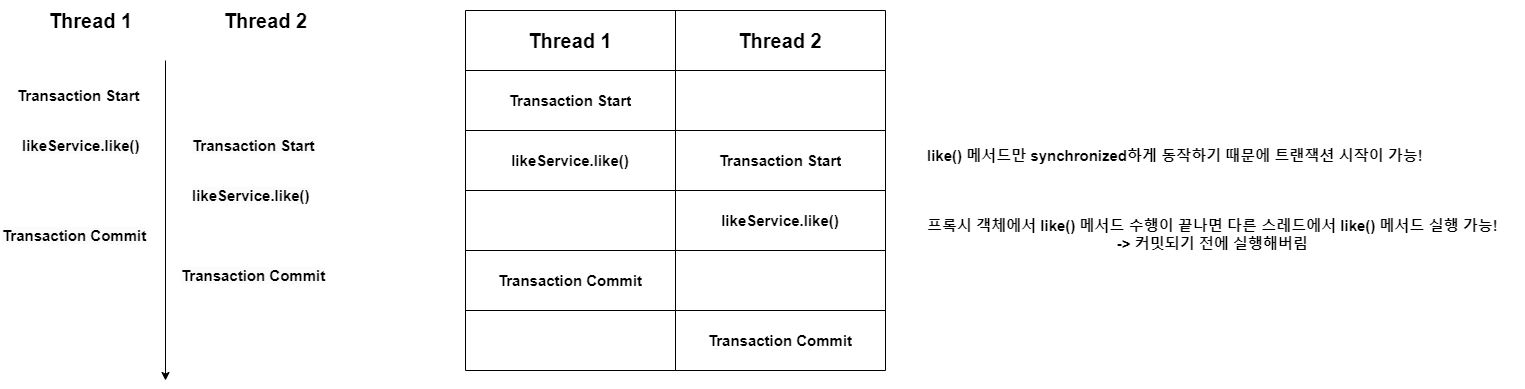
peeerr/document keeps this draw.io diagram as @Transactional.png. Above is the earlier version. Source tidied: cells renumbered, new cells last; positions are measured from the earlier drawing's top-left corner, leaving out a move shared by most shapes.
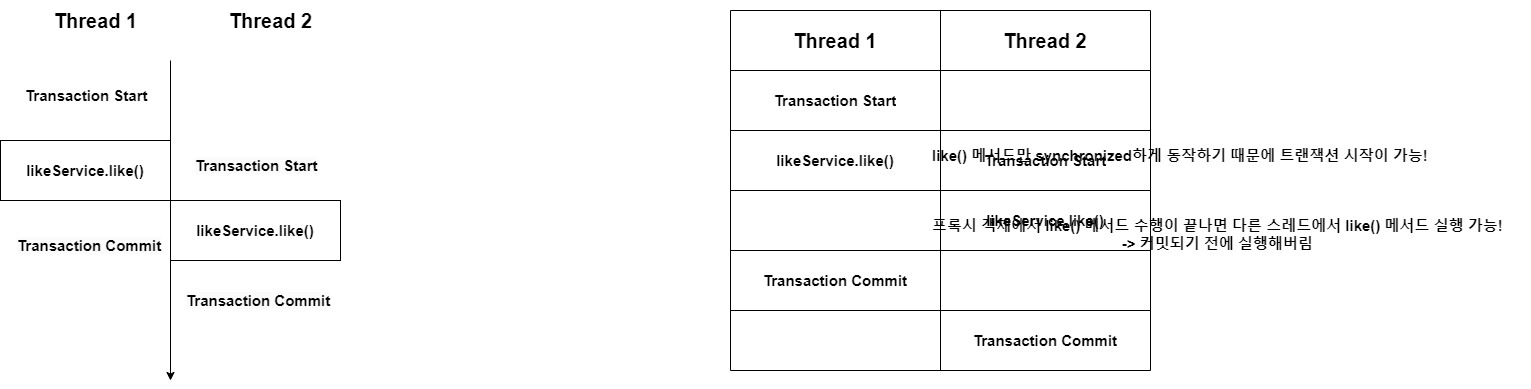
After the commit.

What changed in the source:
```diff
@@ -15,25 +15,19 @@
       </mxGeometry>
     </mxCell>
     <mxCell id="5" value="&lt;span style=&quot;font-size: 15px; font-weight: 700; text-align: center;&quot;&gt;Transaction Start&lt;/span&gt;" style="text;whiteSpace=wrap;html=1;" parent="1" vertex="1">
-      <mxGeometry x="15" y="80" width="125" height="40" as="geometry" />
+      <mxGeometry x="17.5" y="80" width="125" height="40" as="geometry" />
     </mxCell>
-    <mxCell id="6" value="&lt;span style=&quot;color: rgb(0, 0, 0); font-family: Helvetica; font-size: 15px; font-style: normal; font-variant-ligatures: normal; font-variant-caps: normal; font-weight: 700; letter-spacing: normal; orphans: 2; text-align: center; text-indent: 0px; text-transform: none; widows: 2; word-spacing: 0px; -webkit-text-stroke-width: 0px; white-space: normal; background-color: rgb(251, 251, 251); text-decoration-thickness: initial; text-decoration-style: initial; text-decoration-color: initial; display: inline !important; float: none;&quot;&gt;likeService.like()&lt;/span&gt;" style="text;whiteSpace=wrap;html=1;" parent="1" vertex="1">
-      <mxGeometry x="20" y="130" width="115" height="40" as="geometry" />
-    </mxCell>
     <mxCell id="7" value="&lt;span style=&quot;color: rgb(0, 0, 0); font-family: Helvetica; font-size: 15px; font-style: normal; font-variant-ligatures: normal; font-variant-caps: normal; font-weight: 700; letter-spacing: normal; orphans: 2; text-align: center; text-indent: 0px; text-transform: none; widows: 2; word-spacing: 0px; -webkit-text-stroke-width: 0px; white-space: normal; background-color: rgb(251, 251, 251); text-decoration-thickness: initial; text-decoration-style: initial; text-decoration-color: initial; display: inline !important; float: none;&quot;&gt;Transaction Commit&lt;/span&gt;" style="text;whiteSpace=wrap;html=1;" parent="1" vertex="1">
-      <mxGeometry y="220" width="155" height="40" as="geometry" />
+      <mxGeometry x="10" y="230" width="155" height="40" as="geometry" />
     </mxCell>
     <mxCell id="8" value="&lt;span style=&quot;color: rgb(0, 0, 0); font-family: Helvetica; font-size: 15px; font-style: normal; font-variant-ligatures: normal; font-variant-caps: normal; font-weight: 700; letter-spacing: normal; orphans: 2; text-align: center; text-indent: 0px; text-transform: none; widows: 2; word-spacing: 0px; -webkit-text-stroke-width: 0px; white-space: normal; background-color: rgb(251, 251, 251); text-decoration-thickness: initial; text-decoration-style: initial; text-decoration-color: initial; display: inline !important; float: none;&quot;&gt;Transaction Start&lt;/span&gt;" style="text;whiteSpace=wrap;html=1;" parent="1" vertex="1">
-      <mxGeometry x="190" y="130" width="125" height="40" as="geometry" />
+      <mxGeometry x="187.5" y="150" width="125" height="40" as="geometry" />
     </mxCell>
-    <mxCell id="9" value="&lt;span style=&quot;color: rgb(0, 0, 0); font-family: Helvetica; font-size: 15px; font-style: normal; font-variant-ligatures: normal; font-variant-caps: normal; font-weight: 700; letter-spacing: normal; orphans: 2; text-align: center; text-indent: 0px; text-transform: none; widows: 2; word-spacing: 0px; -webkit-text-stroke-width: 0px; white-space: normal; background-color: rgb(251, 251, 251); text-decoration-thickness: initial; text-decoration-style: initial; text-decoration-color: initial; display: inline !important; float: none;&quot;&gt;likeService.like()&lt;/span&gt;" style="text;whiteSpace=wrap;html=1;" parent="1" vertex="1">
-      <mxGeometry x="190" y="180" width="115" height="40" as="geometry" />
-    </mxCell>
     <mxCell id="10" value="&lt;span style=&quot;color: rgb(0, 0, 0); font-family: Helvetica; font-size: 15px; font-style: normal; font-variant-ligatures: normal; font-variant-caps: normal; font-weight: 700; letter-spacing: normal; orphans: 2; text-align: center; text-indent: 0px; text-transform: none; widows: 2; word-spacing: 0px; -webkit-text-stroke-width: 0px; white-space: normal; background-color: rgb(251, 251, 251); text-decoration-thickness: initial; text-decoration-style: initial; text-decoration-color: initial; display: inline !important; float: none;&quot;&gt;Transaction Commit&lt;/span&gt;" style="text;whiteSpace=wrap;html=1;" parent="1" vertex="1">
-      <mxGeometry x="179" y="260" width="155" height="40" as="geometry" />
+      <mxGeometry x="179" y="285" width="155" height="40" as="geometry" />
     </mxCell>
     <mxCell id="11" style="shape=table;startSize=0;" parent="1" vertex="1">
-      <mxGeometry x="465" y="10" width="420" height="360" as="geometry" />
+      <mxGeometry x="725" y="10" width="420" height="360" as="geometry" />
     </mxCell>
     <mxCell id="12" style="shape=tableRow;horizontal=0;startSize=0;swimlaneHead=0;swimlaneBody=0;strokeColor=inherit;top=0;left=0;bottom=0;right=0;fillColor=none;" parent="11" vertex="1">
       <mxGeometry width="420" height="60" as="geometry" />
@@ -95,5 +89,11 @@
     <mxCell id="31" value="&lt;div style=&quot;text-align: center;&quot;&gt;&lt;span style=&quot;font-size: 15px;&quot;&gt;&lt;b&gt;프록시 객체에서 like() 메서드 수행이 끝나면 다른 스레드에서 like() 메서드 실행 가능!&lt;/b&gt;&lt;/span&gt;&lt;/div&gt;&lt;div style=&quot;text-align: center;&quot;&gt;&lt;span style=&quot;font-size: 15px;&quot;&gt;&lt;b&gt;-&amp;gt;&amp;nbsp;&lt;/b&gt;&lt;/span&gt;&lt;b style=&quot;background-color: initial; font-size: 15px;&quot;&gt;커밋되기 전에 실행해버림&lt;/b&gt;&lt;/div&gt;" style="text;whiteSpace=wrap;html=1;" parent="1" vertex="1">
       <mxGeometry x="925" y="210" width="600" height="60" as="geometry" />
     </mxCell>
+    <mxCell id="32" value="&lt;span style=&quot;font-size: 15px; font-weight: 700;&quot;&gt;likeService.like()&lt;/span&gt;" style="rounded=0;whiteSpace=wrap;html=1;" parent="1" vertex="1">
+      <mxGeometry x="-5" y="140" width="170" height="60" as="geometry" />
+    </mxCell>
+    <mxCell id="33" value="&lt;span style=&quot;font-size: 15px; font-weight: 700;&quot;&gt;likeService.like()&lt;/span&gt;" style="rounded=0;whiteSpace=wrap;html=1;" parent="1" vertex="1">
+      <mxGeometry x="165" y="200" width="170" height="60" as="geometry" />
+    </mxCell>
   </root>
 </mxGraphModel>
```
